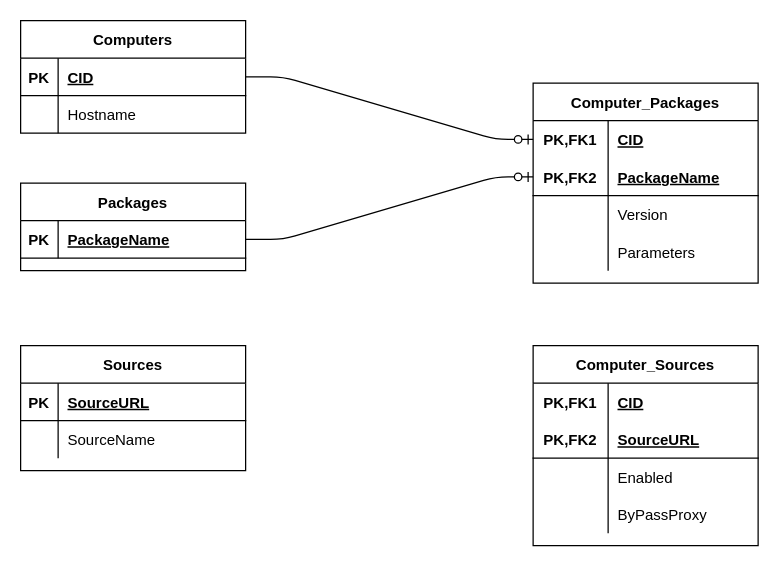
Above: doc/db.drawio in we-mi/ChocoStatServer (draw.io), before the change. Source tidied: cells renumbered, new cells numbered last; positions are measured from the earlier drawing's top-left corner, leaving out a move shared by most shapes. Both pictures are drawn from the tidied source at 125%, with x=0, y=0 at pixel (20, 20).
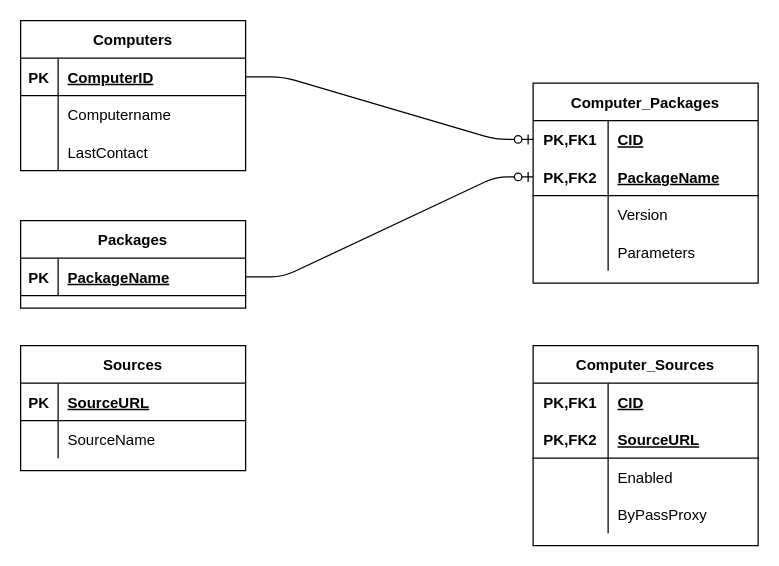
The same diagram, later.

The change refers to these unchanged cells:
```xml
<mxCell id="3" style="shape=partialRectangle;fillColor=none;top=0;left=0;bottom=1;right=0;points=[[0,0.5],[1,0.5]];portConstraint=eastwest;" parent="2" vertex="1">
  <mxGeometry y="30" width="180" height="30" as="geometry" />
</mxCell>
<mxCell id="6" style="shape=partialRectangle;fillColor=none;top=0;left=0;bottom=0;right=0;" parent="2" vertex="1">
  <mxGeometry y="60" width="180" height="30" as="geometry" />
</mxCell>
```

The edit, as a diff of the source:
```diff
@@
     <mxCell id="2" value="Computers" style="shape=table;startSize=30;childLayout=tableLayout;rowLines=0;fontStyle=1;align=center;" parent="1" vertex="1">
-      <mxGeometry width="180" height="90" as="geometry" />
+      <mxGeometry width="180" height="120" as="geometry" />
     </mxCell>
@@
-    <mxCell id="5" value="CID" style="shape=partialRectangle;fillColor=none;top=0;left=0;bottom=0;right=0;align=left;spacingLeft=6;fontStyle=5;overflow=hidden;" parent="3" vertex="1">
+    <mxCell id="5" value="ComputerID" style="shape=partialRectangle;fillColor=none;top=0;left=0;bottom=0;right=0;align=left;spacingLeft=6;fontStyle=5;overflow=hidden;" parent="3" vertex="1">
       <mxGeometry x="30" width="150" height="30" as="geometry" />
     </mxCell>
@@
-    <mxCell id="8" value="Hostname" style="shape=partialRectangle;fillColor=none;top=0;left=0;bottom=0;right=0;align=left;spacingLeft=6;overflow=hidden;" parent="6" vertex="1">
+    <mxCell id="8" value="Computername" style="shape=partialRectangle;fillColor=none;top=0;left=0;bottom=0;right=0;align=left;spacingLeft=6;overflow=hidden;" parent="6" vertex="1">
       <mxGeometry x="30" width="150" height="30" as="geometry" />
     </mxCell>
+    <mxCell id="48" style="shape=partialRectangle;fillColor=none;top=0;left=0;bottom=0;right=0;" parent="2" vertex="1">
+      <mxGeometry y="90" width="180" height="30" as="geometry" />
+    </mxCell>
+    <mxCell id="49" style="shape=partialRectangle;fillColor=none;top=0;left=0;bottom=0;right=0;overflow=hidden;" parent="48" vertex="1">
+      <mxGeometry width="30" height="30" as="geometry" />
+    </mxCell>
+    <mxCell id="50" value="LastContact" style="shape=partialRectangle;fillColor=none;top=0;left=0;bottom=0;right=0;align=left;spacingLeft=6;overflow=hidden;" parent="48" vertex="1">
+      <mxGeometry x="30" width="150" height="30" as="geometry" />
+    </mxCell>
     <mxCell id="9" value="Packages" style="shape=table;startSize=30;childLayout=tableLayout;rowLines=0;fontStyle=1;align=center;" parent="1" vertex="1">
-      <mxGeometry y="130" width="180" height="70" as="geometry" />
+      <mxGeometry y="160" width="180" height="70" as="geometry" />
     </mxCell>
```
